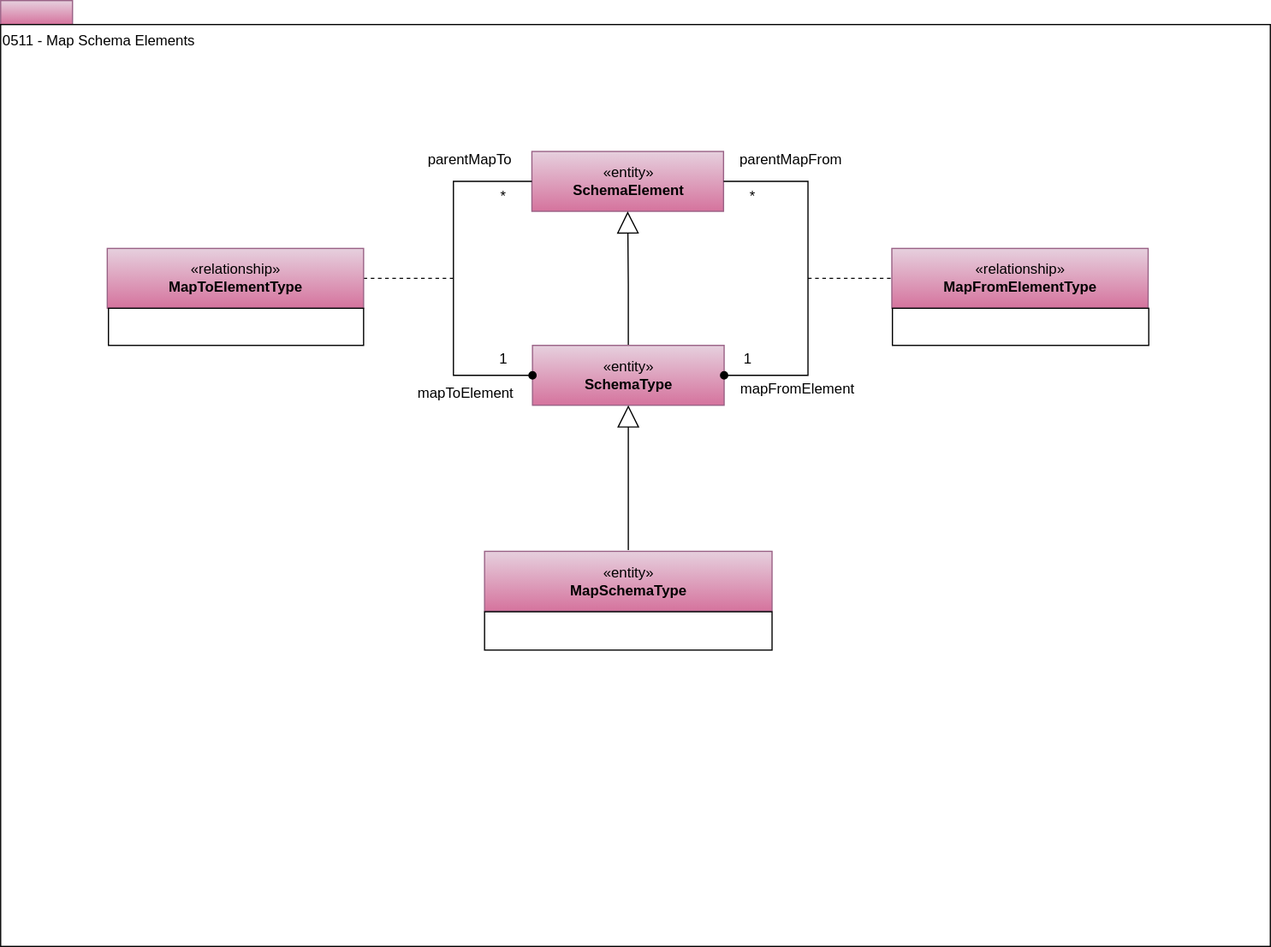
odpi/egeria-docs keeps this draw.io diagram as site/docs/types/5/0511-Map-Schema-Elements.svg. Above is the earlier version. Source tidied: cells renumbered, new cells last; positions are measured from the earlier drawing's top-left corner, leaving out a move shared by most shapes.
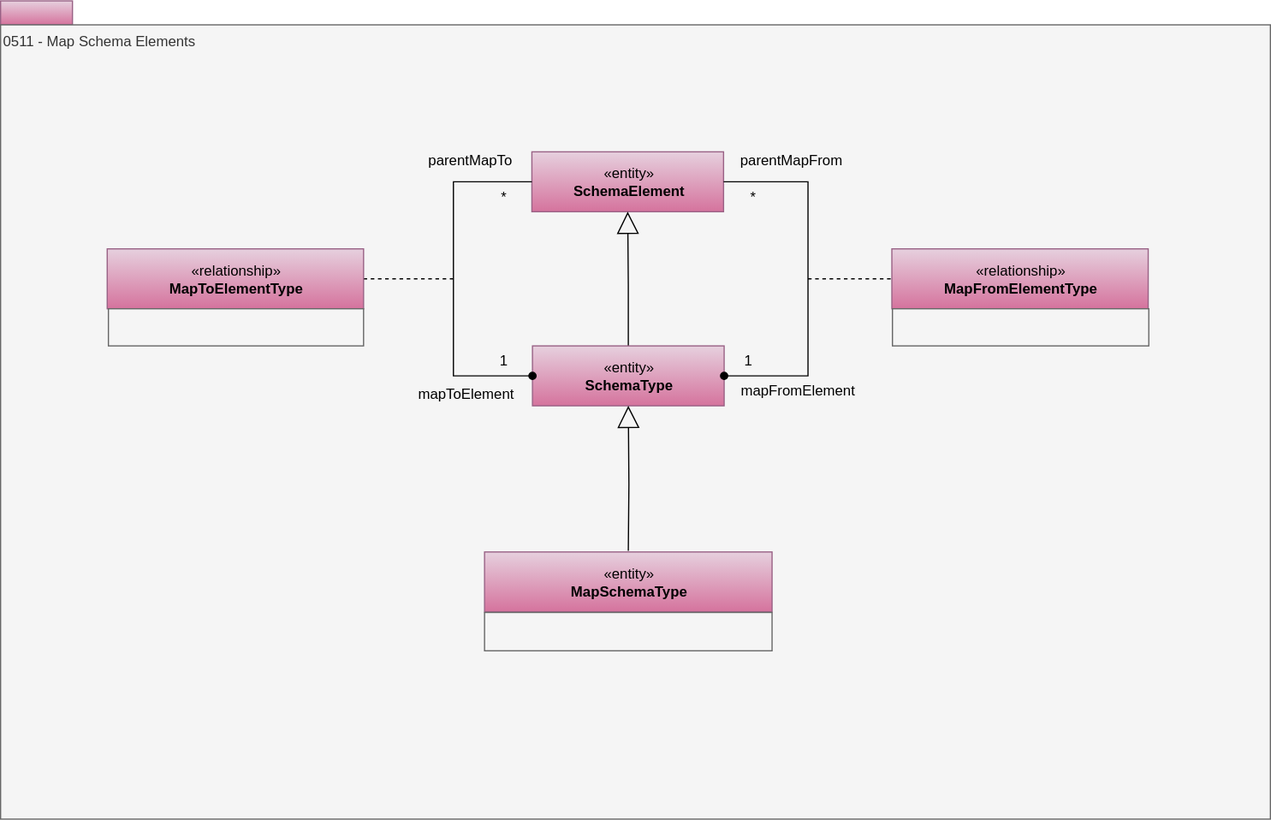
After the change.

What changed in the source:
```diff
@@ -5,8 +5,8 @@
     <mxCell id="2" style="rounded=0;whiteSpace=wrap;html=1;align=left;fillColor=#e6d0de;strokeColor=#996185;gradientColor=#d5739d;" parent="1" vertex="1">
       <mxGeometry width="60" height="20" as="geometry" />
     </mxCell>
-    <mxCell id="3" value="0511 - Map Schema Elements" style="rounded=0;whiteSpace=wrap;html=1;align=left;verticalAlign=top;" parent="1" vertex="1">
-      <mxGeometry y="20" width="1060" height="770" as="geometry" />
+    <mxCell id="3" value="0511 - Map Schema Elements" style="rounded=0;whiteSpace=wrap;html=1;align=left;verticalAlign=top;fillColor=#f5f5f5;fontColor=#333333;strokeColor=#666666;" parent="1" vertex="1">
+      <mxGeometry y="20" width="1060" height="663" as="geometry" />
     </mxCell>
     <mxCell id="4" value="«entity»&lt;br&gt;&lt;b&gt;SchemaElement&lt;/b&gt;" style="html=1;strokeColor=#996185;align=center;fillColor=#e6d0de;gradientColor=#d5739d;" parent="1" vertex="1">
       <mxGeometry x="443.5" y="126" width="160" height="50" as="geometry" />
@@ -51,7 +51,7 @@
     <mxCell id="16" value="«relationship»&lt;br&gt;&lt;b&gt;MapToElementType&lt;/b&gt;" style="html=1;strokeColor=#996185;align=center;fillColor=#e6d0de;gradientColor=#d5739d;" parent="15" vertex="1">
       <mxGeometry width="214" height="50" as="geometry" />
     </mxCell>
-    <mxCell id="17" style="rounded=0;whiteSpace=wrap;html=1;strokeColor=#000000;gradientColor=#ffffff;align=center;" parent="15" vertex="1">
+    <mxCell id="17" style="rounded=0;whiteSpace=wrap;html=1;strokeColor=#666666;align=center;fillColor=#f5f5f5;fontColor=#333333;" parent="15" vertex="1">
       <mxGeometry x="1" y="50" width="213" height="31" as="geometry" />
     </mxCell>
     <mxCell id="18" style="group;" parent="1" vertex="1">
@@ -60,7 +60,7 @@
     <mxCell id="19" value="«entity»&lt;br&gt;&lt;b&gt;MapSchemaType&lt;/b&gt;" style="html=1;strokeColor=#996185;align=center;fillColor=#e6d0de;gradientColor=#d5739d;" parent="18" vertex="1">
       <mxGeometry width="240" height="50" as="geometry" />
     </mxCell>
-    <mxCell id="20" style="rounded=0;whiteSpace=wrap;html=1;strokeColor=#000000;gradientColor=#ffffff;align=left;" parent="18" vertex="1">
+    <mxCell id="20" style="rounded=0;whiteSpace=wrap;html=1;strokeColor=#666666;align=left;fillColor=#f5f5f5;fontColor=#333333;" parent="18" vertex="1">
       <mxGeometry y="50.5" width="240" height="32" as="geometry" />
     </mxCell>
     <mxCell id="21" style="group;" parent="1" vertex="1">
@@ -69,7 +69,7 @@
     <mxCell id="22" value="«relationship»&lt;br&gt;&lt;b&gt;MapFromElementType&lt;/b&gt;" style="html=1;strokeColor=#996185;align=center;fillColor=#e6d0de;gradientColor=#d5739d;" parent="21" vertex="1">
       <mxGeometry width="214" height="50" as="geometry" />
     </mxCell>
-    <mxCell id="23" style="rounded=0;whiteSpace=wrap;html=1;strokeColor=#000000;gradientColor=#ffffff;align=center;" parent="21" vertex="1">
+    <mxCell id="23" style="rounded=0;whiteSpace=wrap;html=1;strokeColor=#666666;align=center;fillColor=#f5f5f5;fontColor=#333333;" parent="21" vertex="1">
       <mxGeometry x="0.5" y="50" width="214" height="31" as="geometry" />
     </mxCell>
     <mxCell id="24" style="edgeStyle=orthogonalEdgeStyle;rounded=0;jettySize=auto;html=1;exitX=0.5;exitY=0;exitDx=0;exitDy=0;entryX=0.5;entryY=1;entryDx=0;entryDy=0;startSize=6;endArrow=block;endFill=0;endSize=16;" parent="1" edge="1" source="25" target="4">
```
